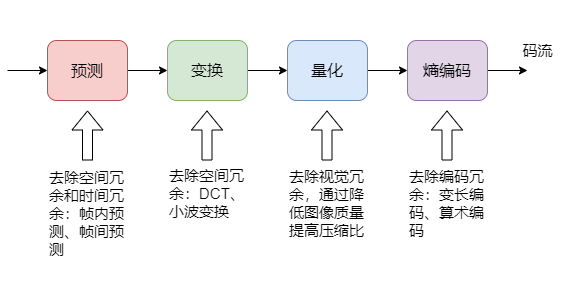
The draw.io diagram diagrams/视频编码.drawio.png in suirane/assets, before a commit. Source tidied: cells renumbered, new cells last; positions are measured from the earlier drawing's top-left corner, leaving out a move shared by most shapes.
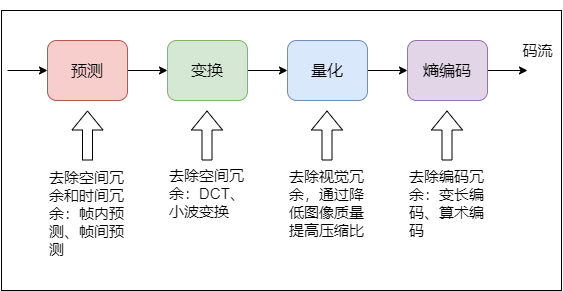
The same diagram one commit later.

Commit message:
更新视频编码.drawio.png

Change to the diagram source:
```diff
@@ -72,8 +72,8 @@
     <mxCell id="19" value="&lt;span style=&quot;font-size: 15px&quot;&gt;去除编码冗余：变长编码、算术编码&lt;/span&gt;" style="text;html=1;strokeColor=none;fillColor=none;align=left;verticalAlign=middle;whiteSpace=wrap;rounded=0;" parent="1" vertex="1">
       <mxGeometry x="400" y="170" width="80" height="45" as="geometry" />
     </mxCell>
-    <mxCell id="20" value="&lt;h1&gt;&lt;br&gt;&lt;/h1&gt;" style="text;html=1;strokeColor=none;fillColor=none;spacing=5;spacingTop=-20;whiteSpace=wrap;overflow=hidden;rounded=0;" parent="1" vertex="1">
-      <mxGeometry width="560" height="280" as="geometry" />
+    <mxCell id="20" value="&lt;h1&gt;&lt;br&gt;&lt;/h1&gt;" style="text;html=1;strokeColor=default;fillColor=none;spacing=5;spacingTop=-20;whiteSpace=wrap;overflow=hidden;rounded=0;" parent="1" vertex="1">
+      <mxGeometry x="-6" width="560" height="280" as="geometry" />
     </mxCell>
   </root>
 </mxGraphModel>
```
